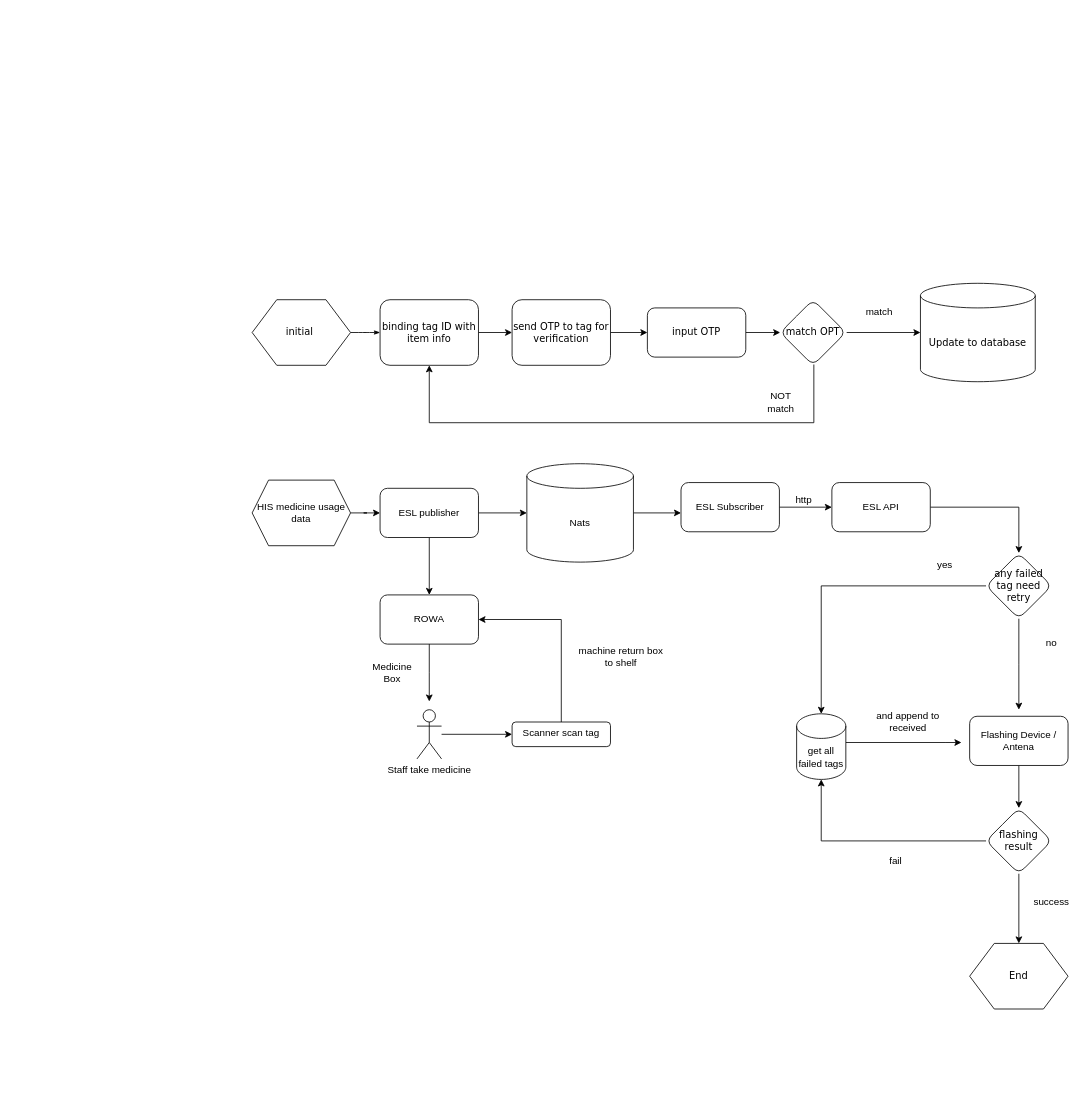
MQzhiyong/draw_io keeps this draw.io diagram as Untitled Diagram.drawio. Above is the earlier version. Source tidied: cells renumbered, new cells numbered last; positions are measured from the earlier drawing's top-left corner, leaving out a move shared by most shapes. Both pictures are drawn from the tidied source at 82%, with x=0, y=0 at pixel (252, 283).
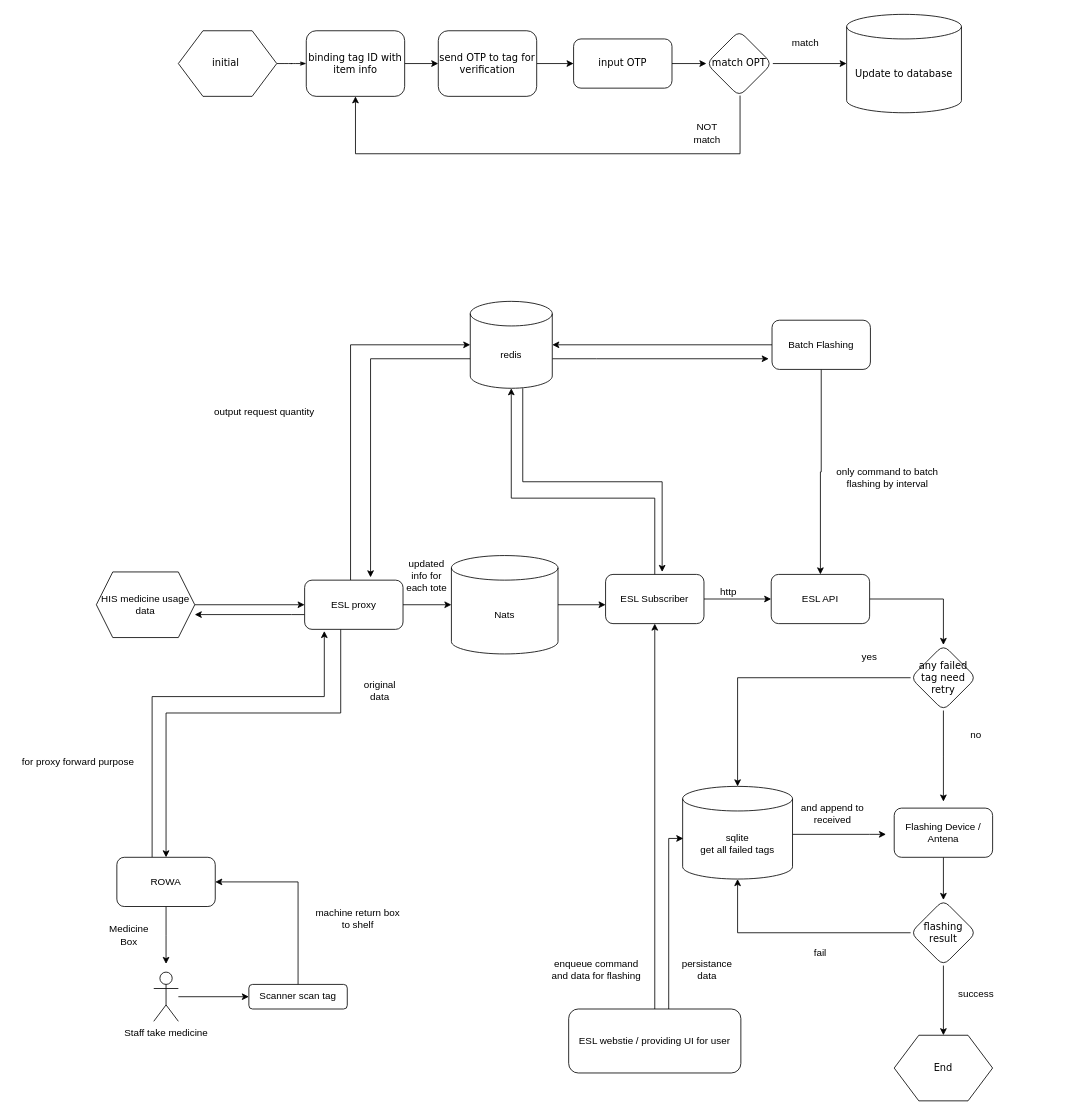
The same diagram, later.

Change to the diagram source:
```diff
@@
     <mxCell id="3" value="initial&amp;nbsp;" style="shape=hexagon;perimeter=hexagonPerimeter;whiteSpace=wrap;html=1;rounded=0;shadow=0;labelBackgroundColor=none;strokeWidth=1;fontFamily=Verdana;fontSize=12;align=center;" parent="1" vertex="1">
-      <mxGeometry y="20" width="120" height="80" as="geometry" />
+      <mxGeometry x="-90" y="-308" width="120" height="80" as="geometry" />
     </mxCell>
@@
     <mxCell id="5" value="binding tag ID with item info&lt;br&gt;" style="rounded=1;whiteSpace=wrap;html=1;shadow=0;labelBackgroundColor=none;strokeWidth=1;fontFamily=Verdana;fontSize=12;align=center;" parent="1" vertex="1">
-      <mxGeometry x="156" y="20" width="120" height="80" as="geometry" />
+      <mxGeometry x="66" y="-308" width="120" height="80" as="geometry" />
     </mxCell>
     <mxCell id="6" value="End" style="shape=hexagon;perimeter=hexagonPerimeter;whiteSpace=wrap;html=1;rounded=0;shadow=0;labelBackgroundColor=none;strokeWidth=1;fontFamily=Verdana;fontSize=12;align=center;" parent="1" vertex="1">
-      <mxGeometry x="875" y="805" width="120" height="80" as="geometry" />
+      <mxGeometry x="783" y="917" width="120" height="80" as="geometry" />
     </mxCell>
@@
     <mxCell id="8" value="send OTP to tag for verification" style="rounded=1;whiteSpace=wrap;html=1;shadow=0;labelBackgroundColor=none;strokeWidth=1;fontFamily=Verdana;fontSize=12;align=center;" parent="1" vertex="1">
-      <mxGeometry x="317" y="20" width="120" height="80" as="geometry" />
+      <mxGeometry x="227" y="-308" width="120" height="80" as="geometry" />
     </mxCell>
@@
     <mxCell id="10" value="input OTP" style="whiteSpace=wrap;html=1;fontFamily=Verdana;rounded=1;shadow=0;labelBackgroundColor=none;strokeWidth=1;" parent="1" vertex="1">
-      <mxGeometry x="482" y="30" width="120" height="60" as="geometry" />
+      <mxGeometry x="392" y="-298" width="120" height="60" as="geometry" />
     </mxCell>
     <mxCell id="11" style="edgeStyle=orthogonalEdgeStyle;rounded=0;jettySize=auto;html=1;entryX=0.5;entryY=1;entryDx=0;entryDy=0;" parent="1" edge="1" source="13" target="5">
       <mxGeometry relative="1" as="geometry">
         <Array as="points">
-          <mxPoint x="685" y="170" />
-          <mxPoint x="216" y="170" />
+          <mxPoint x="595" y="-158" />
+          <mxPoint x="126" y="-158" />
         </Array>
       </mxGeometry>
     </mxCell>
     <mxCell id="12" style="edgeStyle=orthogonalEdgeStyle;rounded=0;orthogonalLoop=1;jettySize=auto;html=1;" parent="1" edge="1">
       <mxGeometry relative="1" as="geometry">
-        <mxPoint x="725" y="60" as="sourcePoint" />
-        <mxPoint x="815" y="60" as="targetPoint" />
+        <mxPoint x="635" y="-268" as="sourcePoint" />
+        <mxPoint x="725" y="-268" as="targetPoint" />
       </mxGeometry>
     </mxCell>
     <mxCell id="13" value="match OPT" style="rhombus;whiteSpace=wrap;html=1;fontFamily=Verdana;rounded=1;shadow=0;labelBackgroundColor=none;strokeWidth=1;" parent="1" vertex="1">
-      <mxGeometry x="644" y="20" width="80" height="80" as="geometry" />
+      <mxGeometry x="554" y="-308" width="80" height="80" as="geometry" />
     </mxCell>
     <mxCell id="14" value="NOT match&lt;br&gt;" style="text;html=1;strokeColor=none;fillColor=none;align=center;verticalAlign=middle;whiteSpace=wrap;rounded=0;" parent="1" vertex="1">
-      <mxGeometry x="615" y="130" width="60" height="30" as="geometry" />
+      <mxGeometry x="525" y="-198" width="60" height="30" as="geometry" />
     </mxCell>
     <mxCell id="15" value="match" style="text;html=1;strokeColor=none;fillColor=none;align=center;verticalAlign=middle;whiteSpace=wrap;rounded=0;" parent="1" vertex="1">
-      <mxGeometry x="735" y="20" width="60" height="30" as="geometry" />
+      <mxGeometry x="645" y="-308" width="60" height="30" as="geometry" />
     </mxCell>
@@
     <mxCell id="17" value="HIS medicine usage data" style="shape=hexagon;perimeter=hexagonPerimeter2;whiteSpace=wrap;html=1;fixedSize=1;" parent="1" vertex="1">
-      <mxGeometry y="240" width="120" height="80" as="geometry" />
+      <mxGeometry x="-190" y="352" width="120" height="80" as="geometry" />
     </mxCell>
     <mxCell id="18" style="edgeStyle=orthogonalEdgeStyle;rounded=0;jettySize=auto;html=1;" parent="1" edge="1" source="20" target="24">
-      <mxGeometry relative="1" as="geometry" />
+      <mxGeometry relative="1" as="geometry">
+        <Array as="points">
+          <mxPoint x="108" y="524" />
+          <mxPoint x="-105" y="524" />
+        </Array>
+      </mxGeometry>
     </mxCell>
@@
+    <mxCell id="52" style="edgeStyle=orthogonalEdgeStyle;rounded=0;jettySize=auto;html=1;entryX=0;entryY=0.5;entryDx=0;entryDy=0;entryPerimeter=0;" parent="1" edge="1" source="20" target="59">
+      <mxGeometry relative="1" as="geometry">
+        <Array as="points">
+          <mxPoint x="120" y="75" />
+        </Array>
+      </mxGeometry>
+    </mxCell>
+    <mxCell id="53" style="edgeStyle=orthogonalEdgeStyle;rounded=0;jettySize=auto;html=1;entryX=1;entryY=0.65;entryDx=0;entryDy=0;entryPerimeter=0;" parent="1" edge="1" source="20" target="17">
+      <mxGeometry relative="1" as="geometry">
+        <Array as="points">
+          <mxPoint x="48" y="404" />
+          <mxPoint x="48" y="404" />
+        </Array>
+      </mxGeometry>
+    </mxCell>
-    <mxCell id="20" value="ESL publisher&lt;br&gt;" style="rounded=1;whiteSpace=wrap;html=1;" parent="1" vertex="1">
-      <mxGeometry x="156" y="250" width="120" height="60" as="geometry" />
+    <mxCell id="20" value="ESL proxy" style="rounded=1;whiteSpace=wrap;html=1;" parent="1" vertex="1">
+      <mxGeometry x="64" y="362" width="120" height="60" as="geometry" />
     </mxCell>
@@
+    <mxCell id="54" style="edgeStyle=orthogonalEdgeStyle;rounded=0;jettySize=auto;html=1;entryX=0.5;entryY=1;entryDx=0;entryDy=0;entryPerimeter=0;" parent="1" edge="1" source="22" target="59">
+      <mxGeometry relative="1" as="geometry">
+        <Array as="points">
+          <mxPoint x="491" y="262" />
+          <mxPoint x="316" y="262" />
+        </Array>
+      </mxGeometry>
+    </mxCell>
     <mxCell id="22" value="ESL Subscriber" style="whiteSpace=wrap;html=1;rounded=1;" parent="1" vertex="1">
-      <mxGeometry x="523" y="243" width="120" height="60" as="geometry" />
+      <mxGeometry x="431" y="355" width="120" height="60" as="geometry" />
     </mxCell>
     <mxCell id="23" style="edgeStyle=orthogonalEdgeStyle;rounded=0;jettySize=auto;html=1;" parent="1" edge="1" source="24">
       <mxGeometry relative="1" as="geometry">
-        <mxPoint x="216" y="510" as="targetPoint" />
+        <mxPoint x="-105" y="830" as="targetPoint" />
       </mxGeometry>
     </mxCell>
+    <mxCell id="55" style="edgeStyle=orthogonalEdgeStyle;rounded=0;jettySize=auto;html=1;" parent="1" edge="1" source="24">
+      <mxGeometry relative="1" as="geometry">
+        <mxPoint x="88" y="424" as="targetPoint" />
+        <Array as="points">
+          <mxPoint x="-122" y="504" />
+          <mxPoint x="88" y="504" />
+        </Array>
+      </mxGeometry>
+    </mxCell>
     <mxCell id="24" value="ROWA" style="whiteSpace=wrap;html=1;rounded=1;" parent="1" vertex="1">
-      <mxGeometry x="156" y="380" width="120" height="60" as="geometry" />
+      <mxGeometry x="-165" y="700" width="120" height="60" as="geometry" />
     </mxCell>
@@
     <mxCell id="26" value="ESL API" style="whiteSpace=wrap;html=1;rounded=1;" parent="1" vertex="1">
-      <mxGeometry x="707" y="243" width="120" height="60" as="geometry" />
+      <mxGeometry x="633" y="355" width="120" height="60" as="geometry" />
     </mxCell>
     <mxCell id="27" value="http" style="text;html=1;strokeColor=none;fillColor=none;align=center;verticalAlign=middle;whiteSpace=wrap;rounded=0;" parent="1" vertex="1">
-      <mxGeometry x="643" y="250" width="60" height="30" as="geometry" />
+      <mxGeometry x="551" y="362" width="60" height="30" as="geometry" />
     </mxCell>
     <mxCell id="28" value="&lt;span style=&quot;font-family: Verdana;&quot;&gt;Update to database&lt;/span&gt;" style="shape=cylinder3;whiteSpace=wrap;html=1;boundedLbl=1;backgroundOutline=1;size=15;" parent="1" vertex="1">
-      <mxGeometry x="815" width="140" height="120" as="geometry" />
+      <mxGeometry x="725" y="-328" width="140" height="120" as="geometry" />
     </mxCell>
@@
     <mxCell id="30" value="Staff take medicine&lt;br&gt;" style="shape=umlActor;verticalLabelPosition=bottom;verticalAlign=top;html=1;outlineConnect=0;" parent="1" vertex="1">
-      <mxGeometry x="201" y="520" width="30" height="60" as="geometry" />
+      <mxGeometry x="-120" y="840" width="30" height="60" as="geometry" />
     </mxCell>
     <mxCell id="31" value="machine return&amp;nbsp;box to shelf" style="text;html=1;strokeColor=none;fillColor=none;align=center;verticalAlign=middle;whiteSpace=wrap;rounded=0;" parent="1" vertex="1">
-      <mxGeometry x="395" y="440" width="110" height="30" as="geometry" />
+      <mxGeometry x="74" y="760" width="110" height="30" as="geometry" />
     </mxCell>
     <mxCell id="32" value="Medicine Box" style="text;html=1;strokeColor=none;fillColor=none;align=center;verticalAlign=middle;whiteSpace=wrap;rounded=0;" parent="1" vertex="1">
-      <mxGeometry x="141" y="460" width="60" height="30" as="geometry" />
+      <mxGeometry x="-180" y="780" width="60" height="30" as="geometry" />
     </mxCell>
     <mxCell id="33" style="edgeStyle=orthogonalEdgeStyle;rounded=0;jettySize=auto;html=1;entryX=1;entryY=0.5;entryDx=0;entryDy=0;" parent="1" edge="1" source="34" target="24">
       <mxGeometry relative="1" as="geometry">
         <Array as="points">
-          <mxPoint x="377" y="410" />
+          <mxPoint x="56" y="730" />
         </Array>
       </mxGeometry>
     </mxCell>
     <mxCell id="34" value="Scanner scan tag" style="rounded=1;whiteSpace=wrap;html=1;verticalAlign=top;" parent="1" vertex="1">
-      <mxGeometry x="317" y="535" width="120" height="30" as="geometry" />
+      <mxGeometry x="-4" y="855" width="120" height="30" as="geometry" />
     </mxCell>
     <mxCell id="35" style="edgeStyle=orthogonalEdgeStyle;rounded=0;jettySize=auto;html=1;entryX=0;entryY=0.617;entryDx=0;entryDy=0;entryPerimeter=0;" parent="1" edge="1" source="36" target="22">
       <mxGeometry relative="1" as="geometry">
         <Array as="points">
-          <mxPoint x="520" y="280" />
+          <mxPoint x="428" y="392" />
         </Array>
       </mxGeometry>
     </mxCell>
     <mxCell id="36" value="Nats" style="shape=cylinder3;whiteSpace=wrap;html=1;boundedLbl=1;backgroundOutline=1;size=15;" parent="1" vertex="1">
-      <mxGeometry x="335" y="220" width="130" height="120" as="geometry" />
+      <mxGeometry x="243" y="332" width="130" height="120" as="geometry" />
     </mxCell>
     <mxCell id="37" style="edgeStyle=orthogonalEdgeStyle;rounded=0;jettySize=auto;html=1;" parent="1" edge="1" source="38">
       <mxGeometry relative="1" as="geometry">
-        <mxPoint x="865" y="560" as="targetPoint" />
+        <mxPoint x="773" y="672" as="targetPoint" />
         <Array as="points">
-          <mxPoint x="845" y="560" />
-          <mxPoint x="845" y="560" />
+          <mxPoint x="753" y="672" />
+          <mxPoint x="753" y="672" />
         </Array>
       </mxGeometry>
     </mxCell>
-    <mxCell id="38" value="get all failed tags" style="shape=cylinder3;whiteSpace=wrap;html=1;boundedLbl=1;backgroundOutline=1;size=15;" parent="1" vertex="1">
-      <mxGeometry x="664" y="525" width="60" height="80" as="geometry" />
+    <mxCell id="38" value="sqlite&lt;br&gt;get all failed tags" style="shape=cylinder3;whiteSpace=wrap;html=1;boundedLbl=1;backgroundOutline=1;size=15;" parent="1" vertex="1">
+      <mxGeometry x="525" y="613.5" width="134" height="113" as="geometry" />
     </mxCell>
@@
     <mxCell id="40" style="edgeStyle=orthogonalEdgeStyle;rounded=0;jettySize=auto;html=1;exitX=0.5;exitY=1;exitDx=0;exitDy=0;" parent="1" edge="1" source="41">
       <mxGeometry relative="1" as="geometry">
-        <mxPoint x="935" y="520" as="targetPoint" />
+        <mxPoint x="843" y="632" as="targetPoint" />
       </mxGeometry>
     </mxCell>
     <mxCell id="41" value="any failed tag need retry" style="rhombus;whiteSpace=wrap;html=1;fontFamily=Verdana;rounded=1;shadow=0;labelBackgroundColor=none;strokeWidth=1;" parent="1" vertex="1">
-      <mxGeometry x="895" y="329" width="80" height="80" as="geometry" />
+      <mxGeometry x="803" y="441" width="80" height="80" as="geometry" />
     </mxCell>
     <mxCell id="42" value="yes" style="text;html=1;strokeColor=none;fillColor=none;align=center;verticalAlign=middle;whiteSpace=wrap;rounded=0;" parent="1" vertex="1">
-      <mxGeometry x="815" y="329" width="60" height="30" as="geometry" />
+      <mxGeometry x="723" y="441" width="60" height="30" as="geometry" />
     </mxCell>
     <mxCell id="43" value="no" style="text;html=1;strokeColor=none;fillColor=none;align=center;verticalAlign=middle;whiteSpace=wrap;rounded=0;" parent="1" vertex="1">
-      <mxGeometry x="945" y="424" width="60" height="30" as="geometry" />
+      <mxGeometry x="853" y="536" width="60" height="30" as="geometry" />
     </mxCell>
@@
     <mxCell id="45" value="Flashing Device / Antena" style="whiteSpace=wrap;html=1;rounded=1;" parent="1" vertex="1">
-      <mxGeometry x="875" y="528" width="120" height="60" as="geometry" />
+      <mxGeometry x="783" y="640" width="120" height="60" as="geometry" />
     </mxCell>
@@
     <mxCell id="48" value="flashing &lt;br&gt;result" style="rhombus;whiteSpace=wrap;html=1;fontFamily=Verdana;rounded=1;shadow=0;labelBackgroundColor=none;strokeWidth=1;" parent="1" vertex="1">
-      <mxGeometry x="895" y="640" width="80" height="80" as="geometry" />
+      <mxGeometry x="803" y="752" width="80" height="80" as="geometry" />
     </mxCell>
     <mxCell id="49" value="fail" style="text;html=1;strokeColor=none;fillColor=none;align=center;verticalAlign=middle;whiteSpace=wrap;rounded=0;" parent="1" vertex="1">
-      <mxGeometry x="755" y="690" width="60" height="30" as="geometry" />
+      <mxGeometry x="663" y="802" width="60" height="30" as="geometry" />
     </mxCell>
     <mxCell id="50" value="success&lt;br&gt;" style="text;html=1;strokeColor=none;fillColor=none;align=center;verticalAlign=middle;whiteSpace=wrap;rounded=0;" parent="1" vertex="1">
-      <mxGeometry x="945" y="740" width="60" height="30" as="geometry" />
+      <mxGeometry x="853" y="852" width="60" height="30" as="geometry" />
     </mxCell>
     <mxCell id="51" value="and append to received" style="text;html=1;strokeColor=none;fillColor=none;align=center;verticalAlign=middle;whiteSpace=wrap;rounded=0;" parent="1" vertex="1">
-      <mxGeometry x="755" y="520" width="90" height="30" as="geometry" />
+      <mxGeometry x="663" y="632" width="90" height="30" as="geometry" />
     </mxCell>
+    <mxCell id="56" style="edgeStyle=orthogonalEdgeStyle;rounded=0;jettySize=auto;html=1;entryX=0.67;entryY=-0.057;entryDx=0;entryDy=0;entryPerimeter=0;" parent="1" edge="1" source="59" target="20">
+      <mxGeometry relative="1" as="geometry">
+        <Array as="points">
+          <mxPoint x="144" y="92" />
+        </Array>
+      </mxGeometry>
+    </mxCell>
+    <mxCell id="57" style="edgeStyle=orthogonalEdgeStyle;rounded=0;jettySize=auto;html=1;" parent="1" edge="1" source="59">
+      <mxGeometry relative="1" as="geometry">
+        <mxPoint x="630" y="92" as="targetPoint" />
+        <Array as="points">
+          <mxPoint x="420" y="92" />
+          <mxPoint x="420" y="92" />
+        </Array>
+      </mxGeometry>
+    </mxCell>
+    <mxCell id="58" style="edgeStyle=orthogonalEdgeStyle;rounded=0;jettySize=auto;html=1;" parent="1" edge="1" source="59">
+      <mxGeometry relative="1" as="geometry">
+        <mxPoint x="500" y="352" as="targetPoint" />
+        <Array as="points">
+          <mxPoint x="330" y="242" />
+          <mxPoint x="500" y="242" />
+        </Array>
+      </mxGeometry>
+    </mxCell>
+    <mxCell id="59" value="redis&lt;br&gt;" style="shape=cylinder3;whiteSpace=wrap;html=1;boundedLbl=1;backgroundOutline=1;size=15;" parent="1" vertex="1">
+      <mxGeometry x="266" y="22" width="100" height="106" as="geometry" />
+    </mxCell>
+    <mxCell id="60" value="for proxy forward purpose" style="text;html=1;strokeColor=none;fillColor=none;align=center;verticalAlign=middle;whiteSpace=wrap;rounded=0;" parent="1" vertex="1">
+      <mxGeometry x="-290" y="566" width="156" height="36" as="geometry" />
+    </mxCell>
+    <mxCell id="61" style="edgeStyle=orthogonalEdgeStyle;rounded=0;jettySize=auto;html=1;entryX=0.006;entryY=0.562;entryDx=0;entryDy=0;entryPerimeter=0;" parent="1" edge="1" source="63" target="38">
+      <mxGeometry relative="1" as="geometry">
+        <Array as="points">
+          <mxPoint x="508" y="677" />
+        </Array>
+      </mxGeometry>
+    </mxCell>
+    <mxCell id="62" style="edgeStyle=orthogonalEdgeStyle;rounded=0;jettySize=auto;html=1;entryX=0.5;entryY=1;entryDx=0;entryDy=0;" parent="1" edge="1" source="63" target="22">
+      <mxGeometry relative="1" as="geometry" />
+    </mxCell>
+    <mxCell id="63" value="ESL webstie / providing UI for user" style="rounded=1;whiteSpace=wrap;html=1;" parent="1" vertex="1">
+      <mxGeometry x="386" y="885" width="210" height="78" as="geometry" />
+    </mxCell>
+    <mxCell id="64" value="persistance data" style="text;html=1;strokeColor=none;fillColor=none;align=center;verticalAlign=middle;whiteSpace=wrap;rounded=0;" parent="1" vertex="1">
+      <mxGeometry x="525" y="822" width="60" height="30" as="geometry" />
+    </mxCell>
+    <mxCell id="65" value="enqueue command and data for flashing" style="text;html=1;strokeColor=none;fillColor=none;align=center;verticalAlign=middle;whiteSpace=wrap;rounded=0;" parent="1" vertex="1">
+      <mxGeometry x="359" y="822" width="122" height="30" as="geometry" />
+    </mxCell>
+    <mxCell id="66" style="edgeStyle=orthogonalEdgeStyle;rounded=0;jettySize=auto;html=1;entryX=1;entryY=0.5;entryDx=0;entryDy=0;entryPerimeter=0;" parent="1" edge="1" source="68" target="59">
+      <mxGeometry relative="1" as="geometry" />
+    </mxCell>
+    <mxCell id="67" style="edgeStyle=orthogonalEdgeStyle;rounded=0;jettySize=auto;html=1;entryX=0.5;entryY=0;entryDx=0;entryDy=0;" parent="1" edge="1" source="68" target="26">
+      <mxGeometry relative="1" as="geometry" />
+    </mxCell>
+    <mxCell id="68" value="Batch Flashing" style="rounded=1;whiteSpace=wrap;html=1;" parent="1" vertex="1">
+      <mxGeometry x="634" y="45" width="120" height="60" as="geometry" />
+    </mxCell>
+    <mxCell id="69" value="only command to batch flashing by interval&lt;br&gt;" style="text;html=1;strokeColor=none;fillColor=none;align=center;verticalAlign=middle;whiteSpace=wrap;rounded=0;" parent="1" vertex="1">
+      <mxGeometry x="710" y="222" width="130" height="30" as="geometry" />
+    </mxCell>
+    <mxCell id="70" value="original data" style="text;html=1;strokeColor=none;fillColor=none;align=center;verticalAlign=middle;whiteSpace=wrap;rounded=0;" parent="1" vertex="1">
+      <mxGeometry x="126" y="482" width="60" height="30" as="geometry" />
+    </mxCell>
+    <mxCell id="71" value="output request quantity" style="text;html=1;strokeColor=none;fillColor=none;align=center;verticalAlign=middle;whiteSpace=wrap;rounded=0;" parent="1" vertex="1">
+      <mxGeometry x="-70" y="142" width="170" height="30" as="geometry" />
+    </mxCell>
+    <mxCell id="72" value="updated info for each tote" style="text;html=1;strokeColor=none;fillColor=none;align=center;verticalAlign=middle;whiteSpace=wrap;rounded=0;" parent="1" vertex="1">
+      <mxGeometry x="183" y="342" width="60" height="30" as="geometry" />
+    </mxCell>
```
